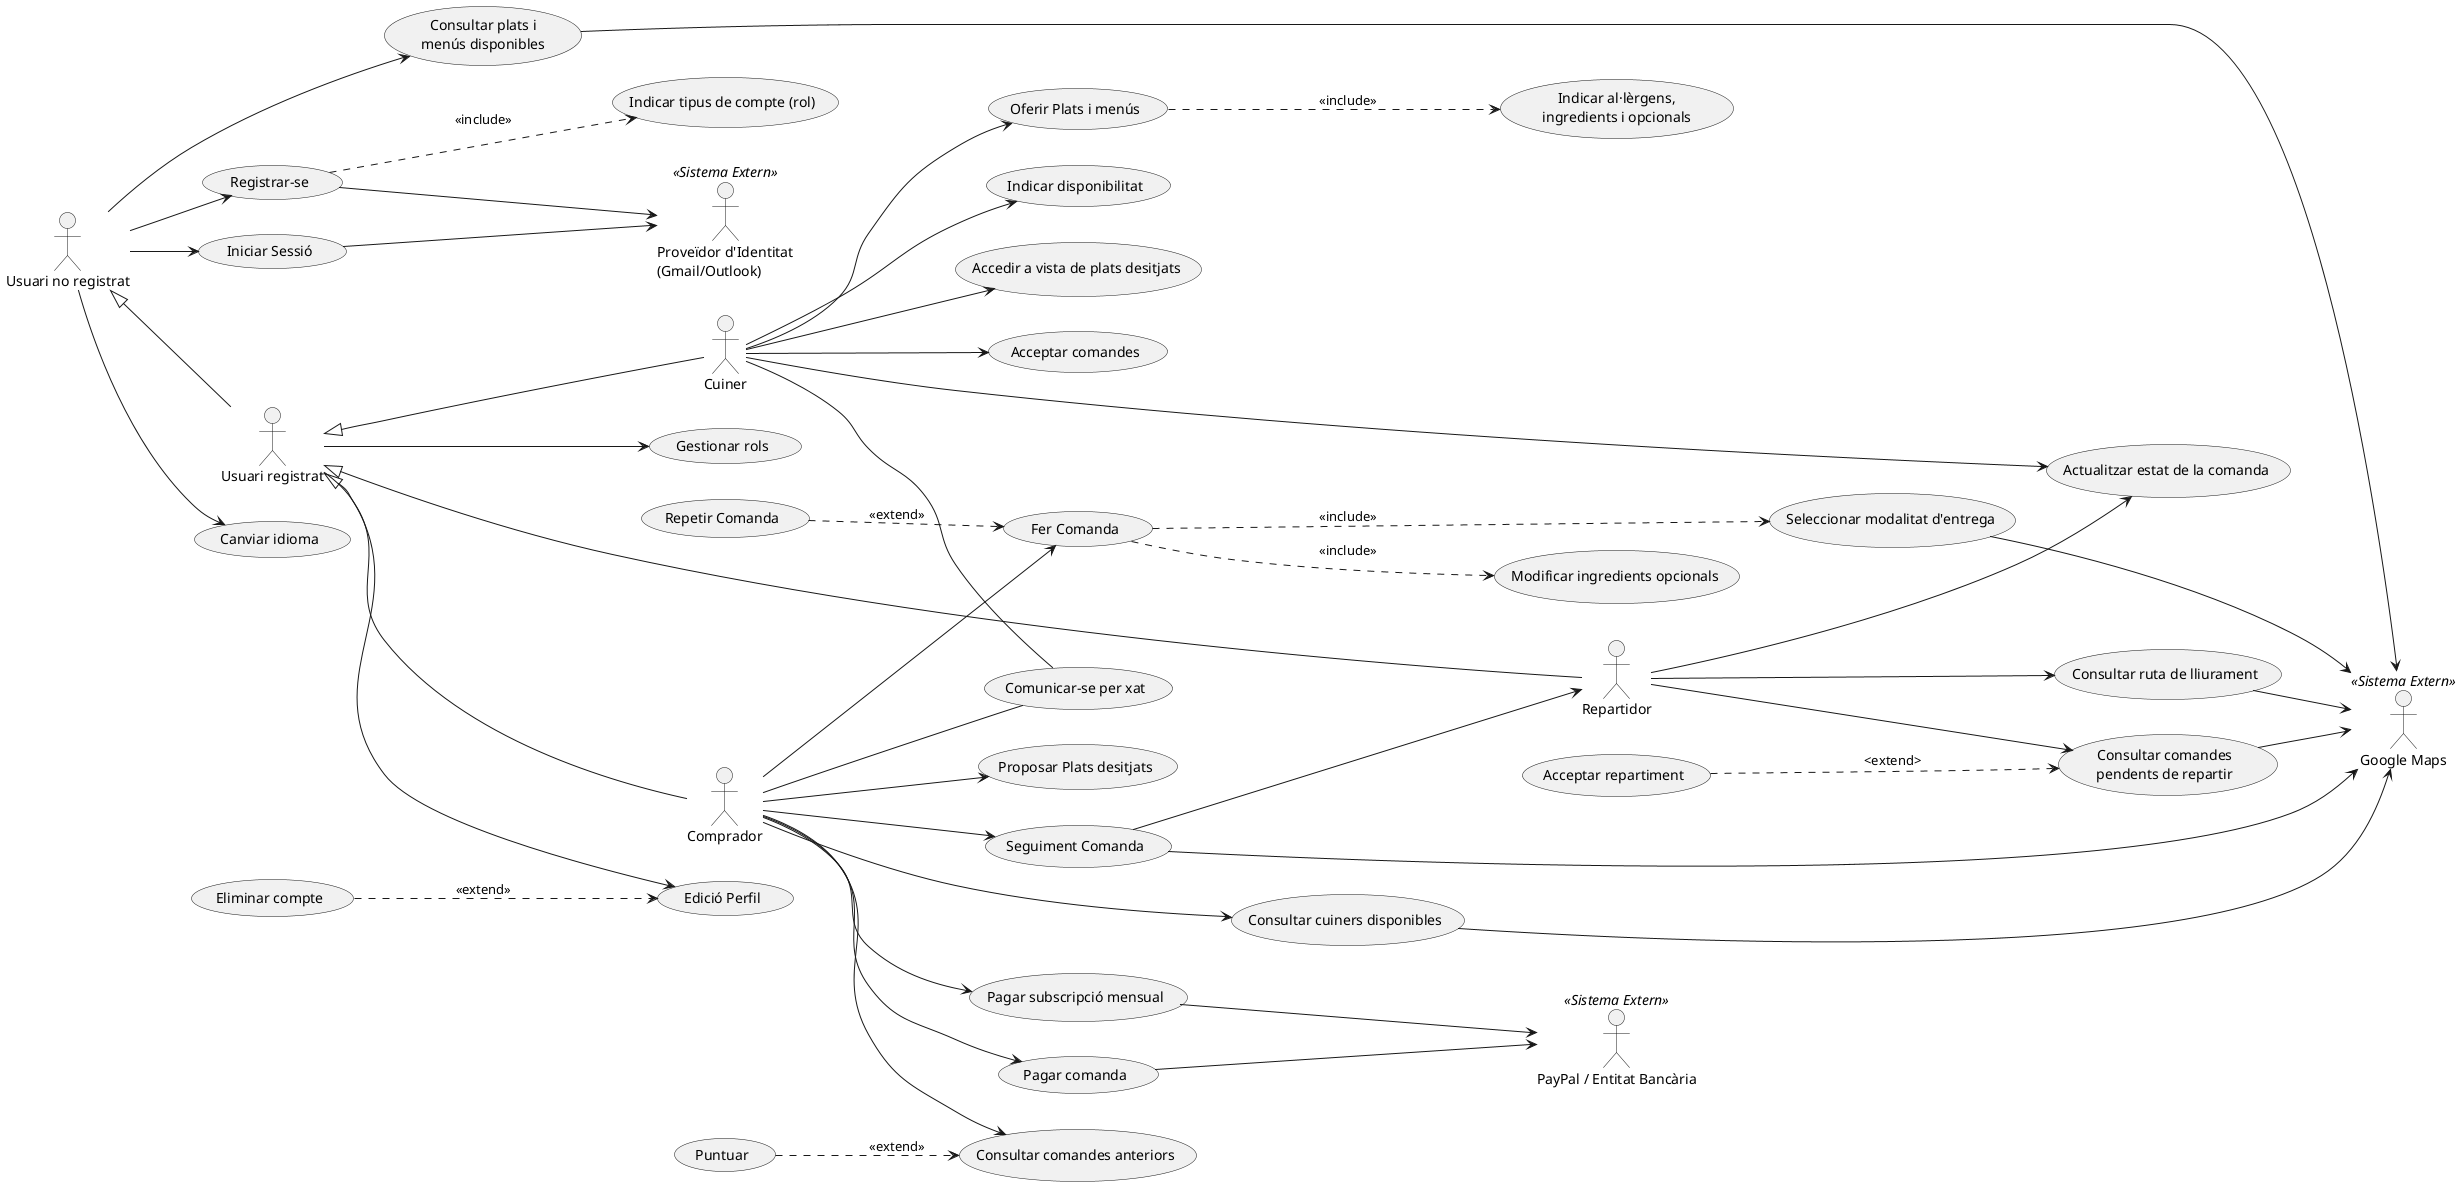
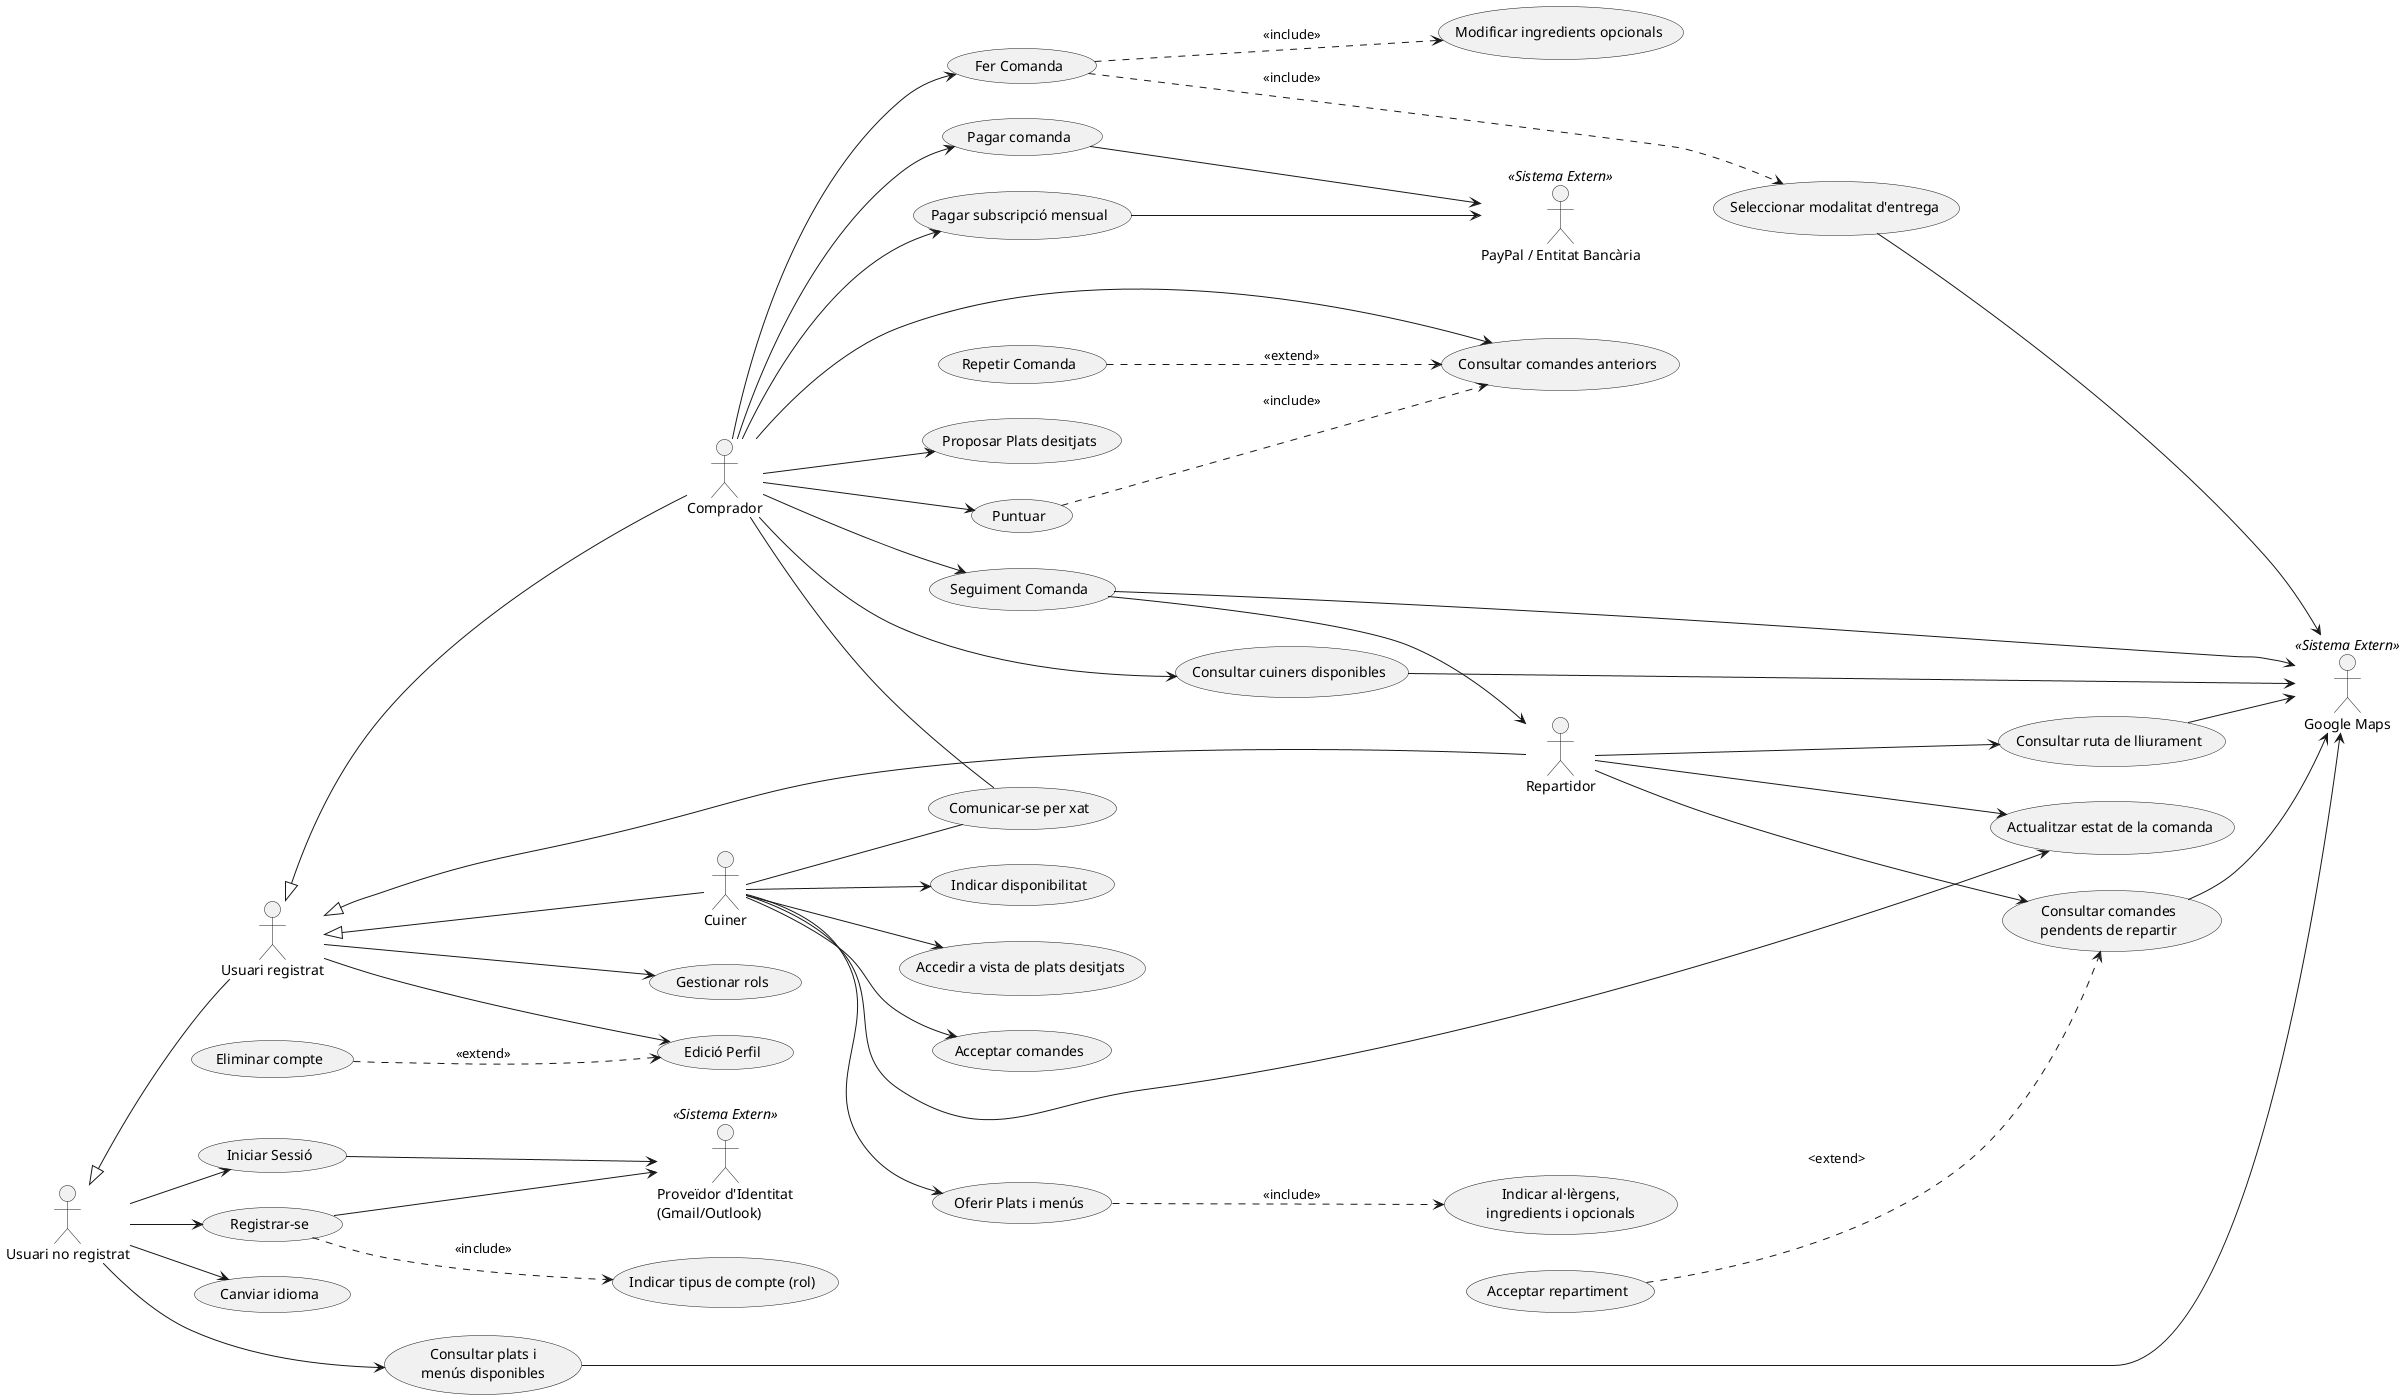
@startuml
skinparam actorStyle stickman
left to right direction

' --- DEFINICIÓ D'ACTORS ---

actor "Usuari no registrat" as UNR
actor "Usuari registrat" as UR
actor "Comprador" as Comprador
actor "Cuiner" as Cuiner
actor "Repartidor" as Repartidor

' Actors Externs
actor "Google Maps" <<Sistema Extern>> as Gmaps
actor "PayPal / Entitat Bancària" <<Sistema Extern>> as Banc
actor "Proveïdor d'Identitat\n(Gmail/Outlook)" <<Sistema Extern>> as OAuth

' Herències d'actors
UR -up-|> UNR
Comprador -up-|> UR
Cuiner -up-|> UR
Repartidor -up-|> UR

' --- CASOS D'ÚS ---

' Usuari no registrat
usecase "Registrar-se" as UC_Reg
usecase "Indicar tipus de compte (rol)" as UC_Rol
usecase "Iniciar Sessió" as UC_Login
usecase "Consultar plats i\nmenús disponibles" as UC_ConsPlats
usecase "Canviar idioma" as UC_Idioma

' Usuari registrat
usecase "Edició Perfil" as UC_Perfil
usecase "Eliminar compte" as UC_Eliminar
usecase "Gestionar rols" as UC_GestRol

' Comprador
usecase "Consultar cuiners disponibles" as UC_ConsCuiners
usecase "Fer Comanda" as UC_FerComanda
usecase "Modificar ingredients opcionals" as UC_ModIngr
usecase "Seleccionar modalitat d'entrega" as UC_ModEntrega
usecase "Pagar comanda" as UC_PagarCom
usecase "Consultar comandes anteriors" as UC_Historial
usecase "Seguiment Comanda" as UC_Seguiment
usecase "Puntuar" as UC_Puntuar
usecase "Proposar Plats desitjats" as UC_Proposar
usecase "Comunicar-se per xat" as UC_Xat
usecase "Repetir Comanda" as UC_Repetir
usecase "Pagar subscripció mensual" as UC_Subs

' Cuiner
usecase "Oferir Plats i menús" as UC_Oferir
usecase "Indicar al·lèrgens,\ningredients i opcionals" as UC_DetallsPlat
usecase "Indicar disponibilitat" as UC_Disp
usecase "Accedir a vista de plats desitjats" as UC_VistaDesitjats
usecase "Acceptar comandes" as UC_AccComandes
usecase "Actualitzar estat de la comanda" as UC_Estat

' Repartidor
usecase "Consultar comandes\npendents de repartir" as UC_Pendents
usecase "Acceptar repartiment" as UC_AccRepartiment
usecase "Consultar ruta de lliurament" as UC_Ruta


' --- RELACIONS INTERNES (Includes/Extends) ---

UC_Reg ..> UC_Rol : <<include>>

' Gestió de compte
UC_Eliminar ..> UC_Perfil : <<extend>>

' Procés de Fer Comanda
UC_FerComanda ..> UC_ModEntrega : <<include>>
UC_FerComanda ..> UC_ModIngr : <<include>>
- UC_Repetir ..> UC_FerComanda : <<extend>>
+ UC_Repetir ..> UC_Historial : <<extend>>

' Historial
- UC_Puntuar ..> UC_Historial : <<extend>>
+ UC_Puntuar ..> UC_Historial : <<include>>

' Cuiner
UC_Oferir ..> UC_DetallsPlat : <<include>>

' Repartidor
UC_AccRepartiment ..> UC_Pendents : <extend>


' --- CONEXIONS ACTORS -> CASOS D'ÚS ---

' Usuari no registrat
UNR --> UC_Reg
UNR --> UC_Login
UNR --> UC_ConsPlats
UNR --> UC_Idioma

' Usuari registrat
UR --> UC_Perfil
UR --> UC_GestRol

' Comprador
Comprador --> UC_ConsCuiners
Comprador --> UC_FerComanda
Comprador --> UC_Seguiment
Comprador --> UC_Historial
Comprador --> UC_Proposar
Comprador -- UC_Xat
Comprador --> UC_Subs
Comprador --> UC_PagarCom
+ Comprador --> UC_Puntuar

' Cuiner
Cuiner --> UC_Oferir
Cuiner --> UC_Disp
Cuiner --> UC_VistaDesitjats
Cuiner --> UC_Estat
Cuiner --> UC_AccComandes
Cuiner -- UC_Xat

' Repartidor
Repartidor --> UC_Pendents
Repartidor --> UC_Estat
Repartidor --> UC_Ruta
UC_Seguiment --> Repartidor

' --- CONEXIONS SISTEMES EXTERNS ---

' Autenticació
UC_Reg --> OAuth
UC_Login --> OAuth

' Mapes / Localització
UC_ConsPlats --> Gmaps
UC_ConsCuiners --> Gmaps
UC_ModEntrega --> Gmaps
UC_Seguiment --> Gmaps
UC_Ruta --> Gmaps
UC_Pendents --> Gmaps

' Pagaments
UC_Subs --> Banc
UC_PagarCom --> Banc

@enduml
